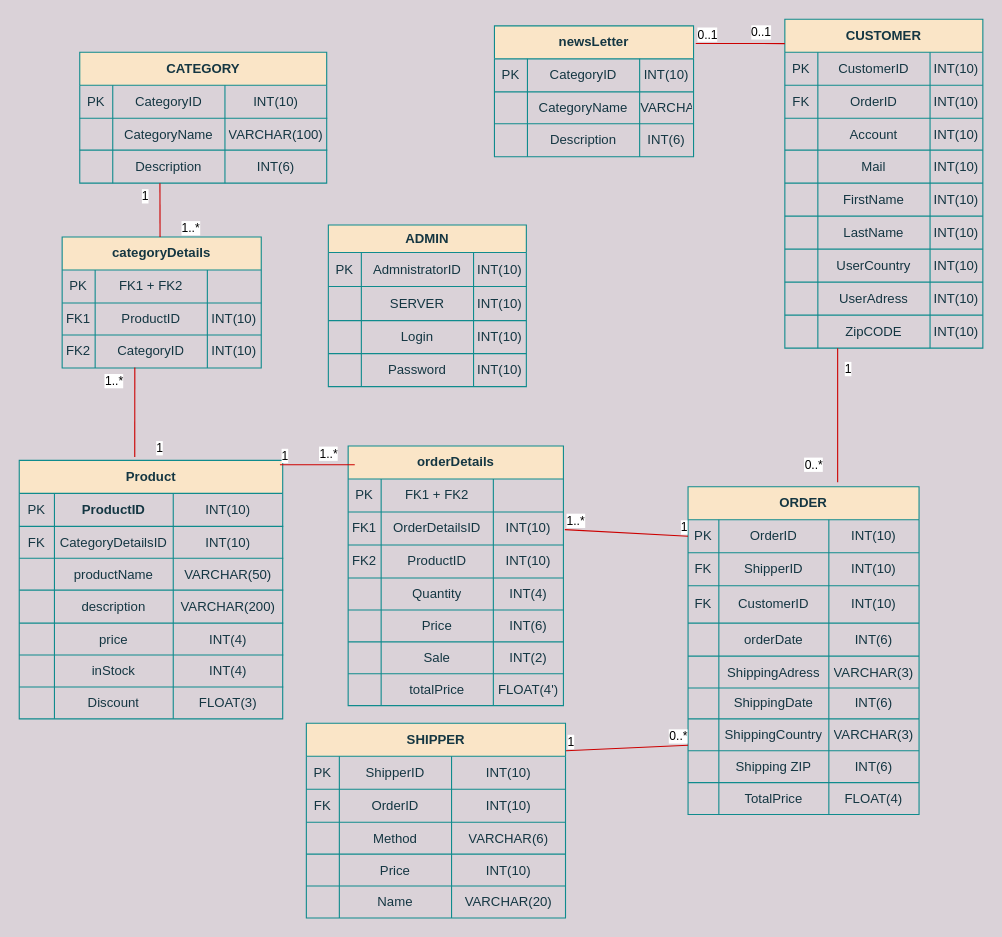
TechWithRyan/Webbshop keeps this draw.io diagram as fysisktDiagram.drawio. Above is the earlier version. Source tidied: cells renumbered, new cells numbered last; positions are measured from the earlier drawing's top-left corner, leaving out a move shared by most shapes. Both pictures are drawn from the tidied source at 110%, with x=0, y=0 at pixel (19, 19).
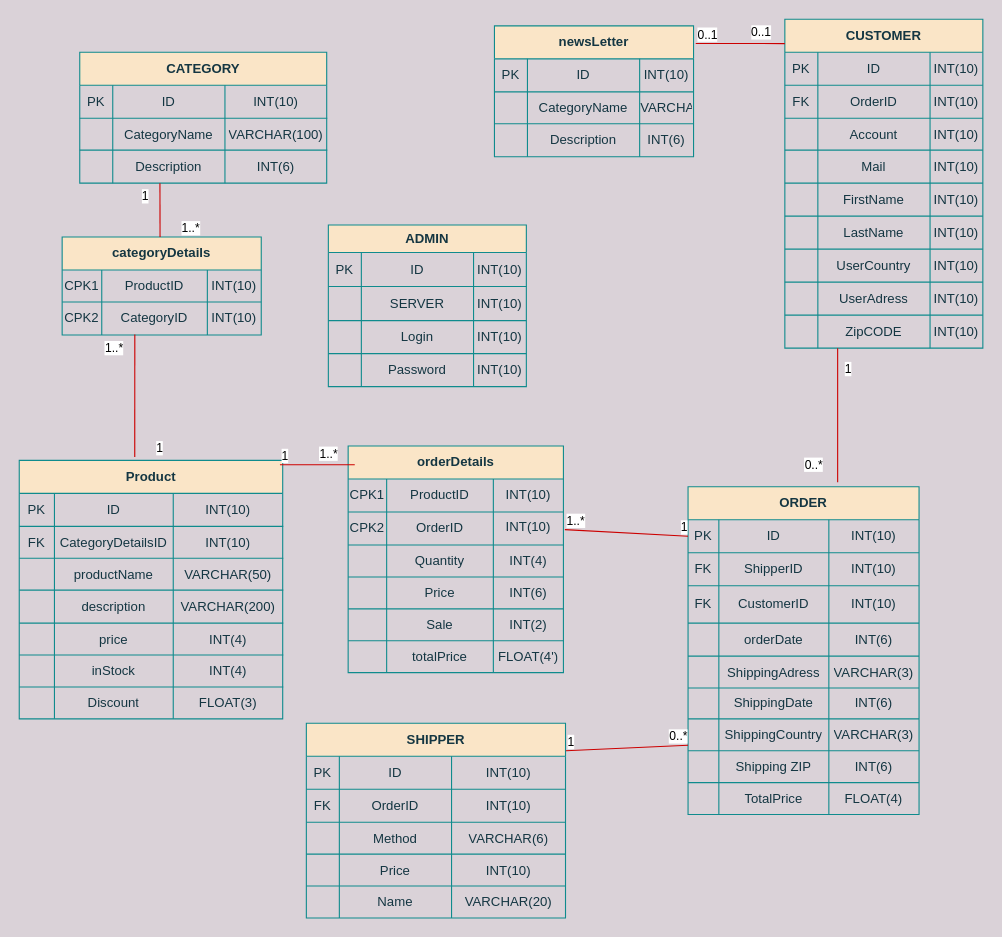
After the change.

Unchanged cells that the change refers to:
```xml
<mxCell id="3" style="shape=partialRectangle;html=1;whiteSpace=wrap;fillColor=none;top=0;left=0;bottom=0;right=0;strokeColor=#0F8B8D;fontColor=#143642;" parent="2" vertex="1">
  <mxGeometry y="30" width="239.5" height="30" as="geometry" />
</mxCell>
<mxCell id="32" style="shape=partialRectangle;html=1;whiteSpace=wrap;fillColor=none;top=0;left=0;bottom=0;right=0;strokeColor=#0F8B8D;fontColor=#143642;" parent="31" vertex="1">
  <mxGeometry y="25" width="180" height="31" as="geometry" />
</mxCell>
<mxCell id="49" style="shape=partialRectangle;html=1;whiteSpace=wrap;fillColor=none;top=0;left=0;bottom=0;right=0;strokeColor=#0F8B8D;fontColor=#143642;" parent="48" vertex="1">
  <mxGeometry y="30" width="180" height="30" as="geometry" />
</mxCell>
<mxCell id="86" style="shape=partialRectangle;html=1;whiteSpace=wrap;fillColor=none;top=0;left=0;bottom=0;right=0;points=[[0,0.5],[1,0.5]];portConstraint=eastwest;strokeColor=#0F8B8D;fontColor=#143642;" parent="85" vertex="1">
  <mxGeometry y="30" width="210" height="30" as="geometry" />
</mxCell>
<mxCell id="123" style="shape=partialRectangle;html=1;whiteSpace=wrap;fillColor=none;top=0;left=0;bottom=0;right=0;strokeColor=#0F8B8D;fontColor=#143642;" parent="122" vertex="1">
  <mxGeometry y="30" width="235.6" height="30" as="geometry" />
</mxCell>
<mxCell id="144" style="shape=partialRectangle;html=1;whiteSpace=wrap;fillColor=none;top=0;left=0;bottom=0;right=0;strokeColor=#0F8B8D;fontColor=#143642;" parent="143" vertex="1">
  <mxGeometry y="30" width="224.5" height="30" as="geometry" />
</mxCell>
<mxCell id="157" style="shape=partialRectangle;html=1;whiteSpace=wrap;fillColor=none;top=0;left=0;bottom=0;right=0;strokeColor=#0F8B8D;fontColor=#143642;" parent="156" vertex="1">
  <mxGeometry y="30" width="181" height="30" as="geometry" />
</mxCell>
```

Diff of the diagram source:
```diff
@@
-    <mxCell id="5" value="&lt;span style=&quot;font-weight: 700&quot;&gt;ProductID&lt;/span&gt;" style="shape=partialRectangle;html=1;whiteSpace=wrap;fillColor=none;top=0;left=0;bottom=0;right=0;overflow=hidden;strokeColor=#0F8B8D;fontColor=#143642;" parent="3" vertex="1">
+    <mxCell id="5" value="ID" style="shape=partialRectangle;html=1;whiteSpace=wrap;fillColor=none;top=0;left=0;bottom=0;right=0;overflow=hidden;strokeColor=#0F8B8D;fontColor=#143642;" parent="3" vertex="1">
       <mxGeometry x="32" width="108" height="30" as="geometry" />
     </mxCell>
@@
-    <mxCell id="34" value="&lt;span&gt;AdmnistratorID&lt;/span&gt;" style="shape=partialRectangle;html=1;whiteSpace=wrap;fillColor=none;top=0;left=0;bottom=0;right=0;overflow=hidden;strokeColor=#0F8B8D;fontColor=#143642;" parent="32" vertex="1">
+    <mxCell id="34" value="&lt;span&gt;ID&lt;/span&gt;" style="shape=partialRectangle;html=1;whiteSpace=wrap;fillColor=none;top=0;left=0;bottom=0;right=0;overflow=hidden;strokeColor=#0F8B8D;fontColor=#143642;" parent="32" vertex="1">
       <mxGeometry x="30" width="102" height="31" as="geometry" />
     </mxCell>
@@
-    <mxCell id="51" value="&lt;span&gt;CustomerID&lt;/span&gt;" style="shape=partialRectangle;html=1;whiteSpace=wrap;fillColor=none;top=0;left=0;bottom=0;right=0;overflow=hidden;strokeColor=#0F8B8D;fontColor=#143642;" parent="49" vertex="1">
+    <mxCell id="51" value="&lt;span&gt;ID&lt;/span&gt;" style="shape=partialRectangle;html=1;whiteSpace=wrap;fillColor=none;top=0;left=0;bottom=0;right=0;overflow=hidden;strokeColor=#0F8B8D;fontColor=#143642;" parent="49" vertex="1">
       <mxGeometry x="30" width="102" height="30" as="geometry" />
     </mxCell>
@@
-    <mxCell id="88" value="&lt;span&gt;OrderID&lt;/span&gt;" style="shape=partialRectangle;html=1;whiteSpace=wrap;fillColor=none;top=0;left=0;bottom=0;right=0;overflow=hidden;strokeColor=#0F8B8D;fontColor=#143642;" parent="86" vertex="1">
+    <mxCell id="88" value="&lt;span&gt;ID&lt;/span&gt;" style="shape=partialRectangle;html=1;whiteSpace=wrap;fillColor=none;top=0;left=0;bottom=0;right=0;overflow=hidden;strokeColor=#0F8B8D;fontColor=#143642;" parent="86" vertex="1">
       <mxGeometry x="28" width="100" height="30" as="geometry" />
     </mxCell>
@@
-    <mxCell id="125" value="ShipperID" style="shape=partialRectangle;html=1;whiteSpace=wrap;fillColor=none;top=0;left=0;bottom=0;right=0;overflow=hidden;strokeColor=#0F8B8D;fontColor=#143642;" parent="123" vertex="1">
+    <mxCell id="125" value="ID" style="shape=partialRectangle;html=1;whiteSpace=wrap;fillColor=none;top=0;left=0;bottom=0;right=0;overflow=hidden;strokeColor=#0F8B8D;fontColor=#143642;" parent="123" vertex="1">
       <mxGeometry x="30" width="102" height="30" as="geometry" />
     </mxCell>
@@
-    <mxCell id="146" value="CategoryID" style="shape=partialRectangle;html=1;whiteSpace=wrap;fillColor=none;top=0;left=0;bottom=0;right=0;overflow=hidden;strokeColor=#0F8B8D;fontColor=#143642;" parent="144" vertex="1">
+    <mxCell id="146" value="ID" style="shape=partialRectangle;html=1;whiteSpace=wrap;fillColor=none;top=0;left=0;bottom=0;right=0;overflow=hidden;strokeColor=#0F8B8D;fontColor=#143642;" parent="144" vertex="1">
       <mxGeometry x="30" width="102" height="30" as="geometry" />
     </mxCell>
@@
-    <mxCell id="159" value="CategoryID" style="shape=partialRectangle;html=1;whiteSpace=wrap;fillColor=none;top=0;left=0;bottom=0;right=0;overflow=hidden;strokeColor=#0F8B8D;fontColor=#143642;" parent="157" vertex="1">
+    <mxCell id="159" value="ID" style="shape=partialRectangle;html=1;whiteSpace=wrap;fillColor=none;top=0;left=0;bottom=0;right=0;overflow=hidden;strokeColor=#0F8B8D;fontColor=#143642;" parent="157" vertex="1">
       <mxGeometry x="30" width="102" height="30" as="geometry" />
     </mxCell>
@@
     <mxCell id="169" value="orderDetails" style="shape=table;html=1;whiteSpace=wrap;startSize=30;childLayout=tableLayout;fontStyle=1;align=center;fillColor=#FAE5C7;strokeColor=#0F8B8D;fontColor=#143642;" parent="1" vertex="1">
-      <mxGeometry x="299" y="388" width="195.7" height="236" as="geometry" />
+      <mxGeometry x="299" y="388" width="195.7" height="206" as="geometry" />
     </mxCell>
+    <mxCell id="232" style="shape=partialRectangle;html=1;whiteSpace=wrap;fillColor=none;top=0;left=0;bottom=0;right=0;strokeColor=#0F8B8D;fontColor=#143642;" parent="169" vertex="1">
+      <mxGeometry y="30" width="195.7" height="30" as="geometry" />
+    </mxCell>
+    <mxCell id="233" value="CPK1" style="shape=partialRectangle;html=1;whiteSpace=wrap;fillColor=none;top=0;left=0;bottom=0;right=0;overflow=hidden;strokeColor=#0F8B8D;fontColor=#143642;" parent="232" vertex="1">
+      <mxGeometry width="35" height="30" as="geometry" />
+    </mxCell>
+    <mxCell id="180" value="ProductID" style="shape=partialRectangle;html=1;whiteSpace=wrap;fillColor=none;top=0;left=0;bottom=0;right=0;overflow=hidden;strokeColor=#0F8B8D;fontColor=#143642;" parent="232" vertex="1">
+      <mxGeometry x="35" width="97" height="30" as="geometry" />
+    </mxCell>
+    <mxCell id="177" value="INT(10)" style="shape=partialRectangle;html=1;whiteSpace=wrap;fillColor=none;top=0;left=0;bottom=0;right=0;overflow=hidden;strokeColor=#0F8B8D;fontColor=#143642;" parent="232" vertex="1">
+      <mxGeometry x="132" width="64" height="30" as="geometry" />
+    </mxCell>
     <mxCell id="170" style="shape=partialRectangle;html=1;whiteSpace=wrap;fillColor=none;top=0;left=0;bottom=0;right=0;strokeColor=#0F8B8D;fontColor=#143642;" parent="169" vertex="1">
-      <mxGeometry y="30" width="195.7" height="30" as="geometry" />
+      <mxGeometry y="60" width="195.7" height="30" as="geometry" />
     </mxCell>
-    <mxCell id="171" value="PK" style="shape=partialRectangle;html=1;whiteSpace=wrap;fillColor=none;top=0;left=0;bottom=0;right=0;overflow=hidden;strokeColor=#0F8B8D;fontColor=#143642;" parent="170" vertex="1">
-      <mxGeometry width="30" height="30" as="geometry" />
+    <mxCell id="171" value="CPK2" style="shape=partialRectangle;html=1;whiteSpace=wrap;fillColor=none;top=0;left=0;bottom=0;right=0;overflow=hidden;strokeColor=#0F8B8D;fontColor=#143642;" parent="170" vertex="1">
+      <mxGeometry width="35" height="30" as="geometry" />
     </mxCell>
-    <mxCell id="172" value="FK1 + FK2" style="shape=partialRectangle;html=1;whiteSpace=wrap;fillColor=none;top=0;left=0;bottom=0;right=0;overflow=hidden;strokeColor=#0F8B8D;fontColor=#143642;" parent="170" vertex="1">
-      <mxGeometry x="30" width="102" height="30" as="geometry" />
+    <mxCell id="172" value="OrderID" style="shape=partialRectangle;html=1;whiteSpace=wrap;fillColor=none;top=0;left=0;bottom=0;right=0;overflow=hidden;strokeColor=#0F8B8D;fontColor=#143642;" parent="170" vertex="1">
+      <mxGeometry x="35" width="97" height="30" as="geometry" />
     </mxCell>
@@
-    <mxCell id="174" style="shape=partialRectangle;html=1;whiteSpace=wrap;fillColor=none;top=0;left=0;bottom=0;right=0;strokeColor=#0F8B8D;fontColor=#143642;" parent="169" vertex="1">
-      <mxGeometry y="60" width="195.7" height="30" as="geometry" />
-    </mxCell>
-    <mxCell id="175" value="FK1" style="shape=partialRectangle;html=1;whiteSpace=wrap;fillColor=none;top=0;left=0;bottom=0;right=0;overflow=hidden;strokeColor=#0F8B8D;fontColor=#143642;" parent="174" vertex="1">
-      <mxGeometry width="30" height="30" as="geometry" />
-    </mxCell>
-    <mxCell id="176" value="OrderDetailsID" style="shape=partialRectangle;html=1;whiteSpace=wrap;fillColor=none;top=0;left=0;bottom=0;right=0;overflow=hidden;strokeColor=#0F8B8D;fontColor=#143642;" parent="174" vertex="1">
-      <mxGeometry x="30" width="102" height="30" as="geometry" />
-    </mxCell>
-    <mxCell id="177" value="INT(10)" style="shape=partialRectangle;html=1;whiteSpace=wrap;fillColor=none;top=0;left=0;bottom=0;right=0;overflow=hidden;strokeColor=#0F8B8D;fontColor=#143642;" parent="174" vertex="1">
-      <mxGeometry x="132" width="64" height="30" as="geometry" />
-    </mxCell>
-    <mxCell id="178" style="shape=partialRectangle;html=1;whiteSpace=wrap;fillColor=none;top=0;left=0;bottom=0;right=0;strokeColor=#0F8B8D;fontColor=#143642;" parent="169" vertex="1">
-      <mxGeometry y="90" width="195.7" height="30" as="geometry" />
-    </mxCell>
-    <mxCell id="179" value="FK2" style="shape=partialRectangle;html=1;whiteSpace=wrap;fillColor=none;top=0;left=0;bottom=0;right=0;overflow=hidden;strokeColor=#0F8B8D;fontColor=#143642;" parent="178" vertex="1">
-      <mxGeometry width="30" height="30" as="geometry" />
-    </mxCell>
-    <mxCell id="180" value="ProductID" style="shape=partialRectangle;html=1;whiteSpace=wrap;fillColor=none;top=0;left=0;bottom=0;right=0;overflow=hidden;strokeColor=#0F8B8D;fontColor=#143642;" parent="178" vertex="1">
-      <mxGeometry x="30" width="102" height="30" as="geometry" />
-    </mxCell>
-    <mxCell id="181" value="&lt;span&gt;INT(10)&lt;/span&gt;" style="shape=partialRectangle;html=1;whiteSpace=wrap;fillColor=none;top=0;left=0;bottom=0;right=0;overflow=hidden;strokeColor=#0F8B8D;fontColor=#143642;" parent="178" vertex="1">
-      <mxGeometry x="132" width="64" height="30" as="geometry" />
-    </mxCell>
     <mxCell id="182" style="shape=partialRectangle;html=1;whiteSpace=wrap;fillColor=none;top=0;left=0;bottom=0;right=0;strokeColor=#0F8B8D;fontColor=#143642;" parent="169" vertex="1">
-      <mxGeometry y="120" width="195.7" height="29" as="geometry" />
+      <mxGeometry y="90" width="195.7" height="29" as="geometry" />
     </mxCell>
     <mxCell id="183" style="shape=partialRectangle;html=1;whiteSpace=wrap;fillColor=none;top=0;left=0;bottom=0;right=0;overflow=hidden;strokeColor=#0F8B8D;fontColor=#143642;" parent="182" vertex="1">
-      <mxGeometry width="30" height="29" as="geometry" />
+      <mxGeometry width="35" height="29" as="geometry" />
     </mxCell>
     <mxCell id="184" value="&lt;span style=&quot;text-align: left&quot;&gt;Quantity&lt;/span&gt;" style="shape=partialRectangle;html=1;whiteSpace=wrap;fillColor=none;top=0;left=0;bottom=0;right=0;overflow=hidden;strokeColor=#0F8B8D;fontColor=#143642;" parent="182" vertex="1">
-      <mxGeometry x="30" width="102" height="29" as="geometry" />
+      <mxGeometry x="35" width="97" height="29" as="geometry" />
     </mxCell>
@@
     <mxCell id="186" style="shape=partialRectangle;html=1;whiteSpace=wrap;fillColor=none;top=0;left=0;bottom=0;right=0;strokeColor=#0F8B8D;fontColor=#143642;" parent="169" vertex="1">
-      <mxGeometry y="149" width="195.7" height="29" as="geometry" />
+      <mxGeometry y="119" width="195.7" height="29" as="geometry" />
     </mxCell>
     <mxCell id="187" style="shape=partialRectangle;html=1;whiteSpace=wrap;fillColor=none;top=0;left=0;bottom=0;right=0;overflow=hidden;strokeColor=#0F8B8D;fontColor=#143642;" parent="186" vertex="1">
-      <mxGeometry width="30" height="29" as="geometry" />
+      <mxGeometry width="35" height="29" as="geometry" />
     </mxCell>
     <mxCell id="188" value="&lt;span style=&quot;text-align: left&quot;&gt;Price&lt;/span&gt;" style="shape=partialRectangle;html=1;whiteSpace=wrap;fillColor=none;top=0;left=0;bottom=0;right=0;overflow=hidden;strokeColor=#0F8B8D;fontColor=#143642;" parent="186" vertex="1">
-      <mxGeometry x="30" width="102" height="29" as="geometry" />
+      <mxGeometry x="35" width="97" height="29" as="geometry" />
     </mxCell>
@@
     <mxCell id="190" style="shape=partialRectangle;html=1;whiteSpace=wrap;fillColor=none;top=0;left=0;bottom=0;right=0;strokeColor=#0F8B8D;fontColor=#143642;" parent="169" vertex="1">
-      <mxGeometry y="178" width="195.7" height="29" as="geometry" />
+      <mxGeometry y="148" width="195.7" height="29" as="geometry" />
     </mxCell>
     <mxCell id="191" style="shape=partialRectangle;html=1;whiteSpace=wrap;fillColor=none;top=0;left=0;bottom=0;right=0;overflow=hidden;strokeColor=#0F8B8D;fontColor=#143642;" parent="190" vertex="1">
-      <mxGeometry width="30" height="29" as="geometry" />
+      <mxGeometry width="35" height="29" as="geometry" />
     </mxCell>
     <mxCell id="192" value="&lt;span style=&quot;text-align: left&quot;&gt;Sale&lt;/span&gt;" style="shape=partialRectangle;html=1;whiteSpace=wrap;fillColor=none;top=0;left=0;bottom=0;right=0;overflow=hidden;strokeColor=#0F8B8D;fontColor=#143642;" parent="190" vertex="1">
-      <mxGeometry x="30" width="102" height="29" as="geometry" />
+      <mxGeometry x="35" width="97" height="29" as="geometry" />
     </mxCell>
@@
     <mxCell id="194" style="shape=partialRectangle;html=1;whiteSpace=wrap;fillColor=none;top=0;left=0;bottom=0;right=0;strokeColor=#0F8B8D;fontColor=#143642;" parent="169" vertex="1">
-      <mxGeometry y="207" width="195.7" height="29" as="geometry" />
+      <mxGeometry y="177" width="195.7" height="29" as="geometry" />
     </mxCell>
     <mxCell id="195" style="shape=partialRectangle;html=1;whiteSpace=wrap;fillColor=none;top=0;left=0;bottom=0;right=0;overflow=hidden;strokeColor=#0F8B8D;fontColor=#143642;" parent="194" vertex="1">
-      <mxGeometry width="30" height="29" as="geometry" />
+      <mxGeometry width="35" height="29" as="geometry" />
     </mxCell>
     <mxCell id="196" value="totalPrice" style="shape=partialRectangle;html=1;whiteSpace=wrap;fillColor=none;top=0;left=0;bottom=0;right=0;overflow=hidden;strokeColor=#0F8B8D;fontColor=#143642;" parent="194" vertex="1">
-      <mxGeometry x="30" width="102" height="29" as="geometry" />
+      <mxGeometry x="35" width="97" height="29" as="geometry" />
     </mxCell>
@@
     <mxCell id="198" value="categoryDetails" style="shape=table;html=1;whiteSpace=wrap;startSize=30;childLayout=tableLayout;fontStyle=1;align=center;fillColor=#FAE5C7;strokeColor=#0F8B8D;fontColor=#143642;" parent="1" vertex="1">
-      <mxGeometry x="39" y="198" width="181" height="119" as="geometry" />
+      <mxGeometry x="39" y="198" width="181" height="89" as="geometry" />
     </mxCell>
-    <mxCell id="199" style="shape=partialRectangle;html=1;whiteSpace=wrap;fillColor=none;top=0;left=0;bottom=0;right=0;strokeColor=#0F8B8D;fontColor=#143642;" parent="198" vertex="1">
-      <mxGeometry y="30" width="181" height="30" as="geometry" />
-    </mxCell>
-    <mxCell id="200" value="PK" style="shape=partialRectangle;html=1;whiteSpace=wrap;fillColor=none;top=0;left=0;bottom=0;right=0;overflow=hidden;strokeColor=#0F8B8D;fontColor=#143642;" parent="199" vertex="1">
-      <mxGeometry width="30" height="30" as="geometry" />
-    </mxCell>
-    <mxCell id="201" value="FK1 + FK2" style="shape=partialRectangle;html=1;whiteSpace=wrap;fillColor=none;top=0;left=0;bottom=0;right=0;overflow=hidden;strokeColor=#0F8B8D;fontColor=#143642;" parent="199" vertex="1">
-      <mxGeometry x="30" width="102" height="30" as="geometry" />
-    </mxCell>
-    <mxCell id="202" style="shape=partialRectangle;html=1;whiteSpace=wrap;fillColor=none;top=0;left=0;bottom=0;right=0;overflow=hidden;strokeColor=#0F8B8D;fontColor=#143642;" parent="199" vertex="1">
-      <mxGeometry x="132" width="49" height="30" as="geometry" />
-    </mxCell>
     <mxCell id="203" style="shape=partialRectangle;html=1;whiteSpace=wrap;fillColor=none;top=0;left=0;bottom=0;right=0;strokeColor=#0F8B8D;fontColor=#143642;" parent="198" vertex="1">
-      <mxGeometry y="60" width="181" height="29" as="geometry" />
+      <mxGeometry y="30" width="181" height="29" as="geometry" />
     </mxCell>
-    <mxCell id="204" value="FK1" style="shape=partialRectangle;html=1;whiteSpace=wrap;fillColor=none;top=0;left=0;bottom=0;right=0;overflow=hidden;strokeColor=#0F8B8D;fontColor=#143642;" parent="203" vertex="1">
-      <mxGeometry width="30" height="29" as="geometry" />
+    <mxCell id="204" value="CPK1" style="shape=partialRectangle;html=1;whiteSpace=wrap;fillColor=none;top=0;left=0;bottom=0;right=0;overflow=hidden;strokeColor=#0F8B8D;fontColor=#143642;" parent="203" vertex="1">
+      <mxGeometry width="36" height="29" as="geometry" />
     </mxCell>
     <mxCell id="205" value="ProductID" style="shape=partialRectangle;html=1;whiteSpace=wrap;fillColor=none;top=0;left=0;bottom=0;right=0;overflow=hidden;strokeColor=#0F8B8D;fontColor=#143642;" parent="203" vertex="1">
-      <mxGeometry x="30" width="102" height="29" as="geometry" />
+      <mxGeometry x="36" width="96" height="29" as="geometry" />
     </mxCell>
@@
     <mxCell id="207" style="shape=partialRectangle;html=1;whiteSpace=wrap;fillColor=none;top=0;left=0;bottom=0;right=0;points=[[0,0.5],[1,0.5]];portConstraint=eastwest;strokeColor=#0F8B8D;fontColor=#143642;" parent="198" vertex="1">
-      <mxGeometry y="89" width="181" height="30" as="geometry" />
+      <mxGeometry y="59" width="181" height="30" as="geometry" />
     </mxCell>
-    <mxCell id="208" value="FK2" style="shape=partialRectangle;html=1;whiteSpace=wrap;fillColor=none;top=0;left=0;bottom=0;right=0;overflow=hidden;strokeColor=#0F8B8D;fontColor=#143642;" parent="207" vertex="1">
-      <mxGeometry width="30" height="30" as="geometry" />
+    <mxCell id="208" value="CPK2" style="shape=partialRectangle;html=1;whiteSpace=wrap;fillColor=none;top=0;left=0;bottom=0;right=0;overflow=hidden;strokeColor=#0F8B8D;fontColor=#143642;" parent="207" vertex="1">
+      <mxGeometry width="36" height="30" as="geometry" />
     </mxCell>
     <mxCell id="209" value="&lt;div style=&quot;text-align: left&quot;&gt;&lt;span&gt;CategoryID&lt;/span&gt;&lt;/div&gt;" style="shape=partialRectangle;html=1;whiteSpace=wrap;fillColor=none;top=0;left=0;bottom=0;right=0;overflow=hidden;strokeColor=#0F8B8D;fontColor=#143642;" parent="207" vertex="1">
-      <mxGeometry x="30" width="102" height="30" as="geometry" />
+      <mxGeometry x="36" width="96" height="30" as="geometry" />
     </mxCell>
@@
+    <mxCell id="181" value="INT(10)" style="shape=partialRectangle;html=1;whiteSpace=wrap;fillColor=none;top=0;left=0;bottom=0;right=0;overflow=hidden;strokeColor=#0F8B8D;fontColor=#143642;" parent="1" vertex="1">
+      <mxGeometry x="430.7" y="447" width="64" height="30" as="geometry" />
+    </mxCell>
```
